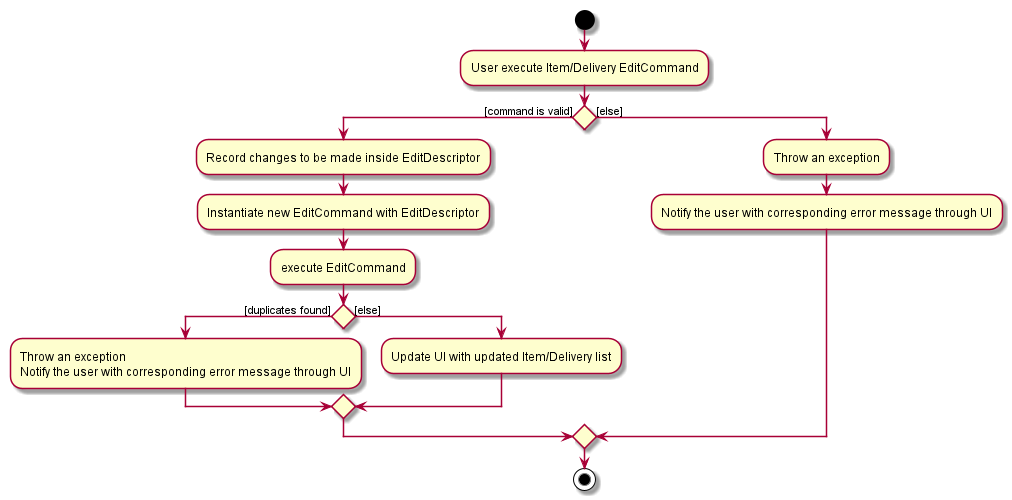
nus-cs2103-AY2021S1/tp keeps this PlantUML diagram as docs/images/EditActivityDiagram.png. Above is the earlier version.
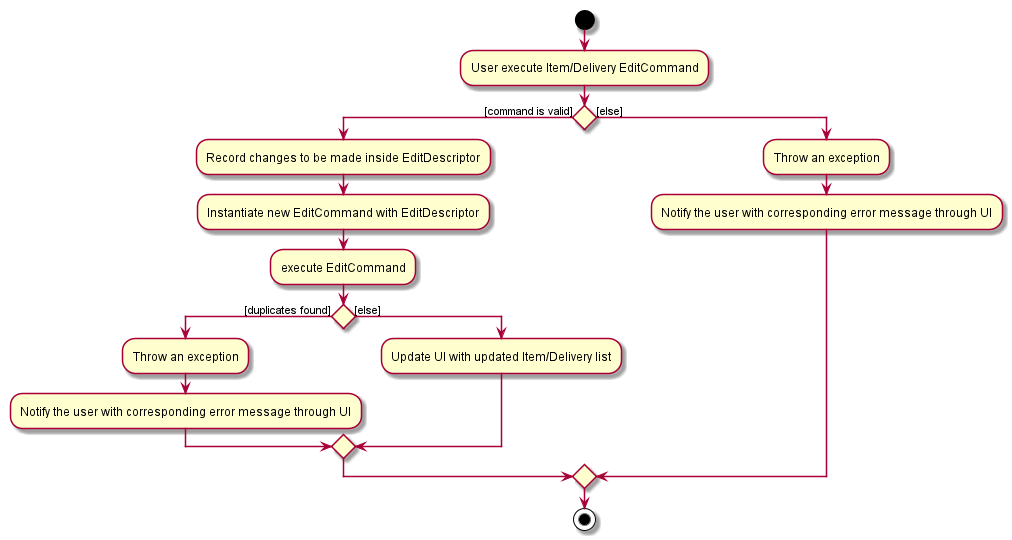
The same file after the commit.

Diff of the diagram source:
```diff
@@ -7,8 +7,8 @@
 	:Instantiate new EditCommand with EditDescriptor;
 	:execute EditCommand;
 	if () then ([duplicates found])
-	:Throw an exception
-	Notify the user with corresponding error message through UI;
+	:Throw an exception;
+	:Notify the user with corresponding error message through UI;
 	else ([else])
 	:Update UI with updated Item/Delivery list;
 	endif
```
